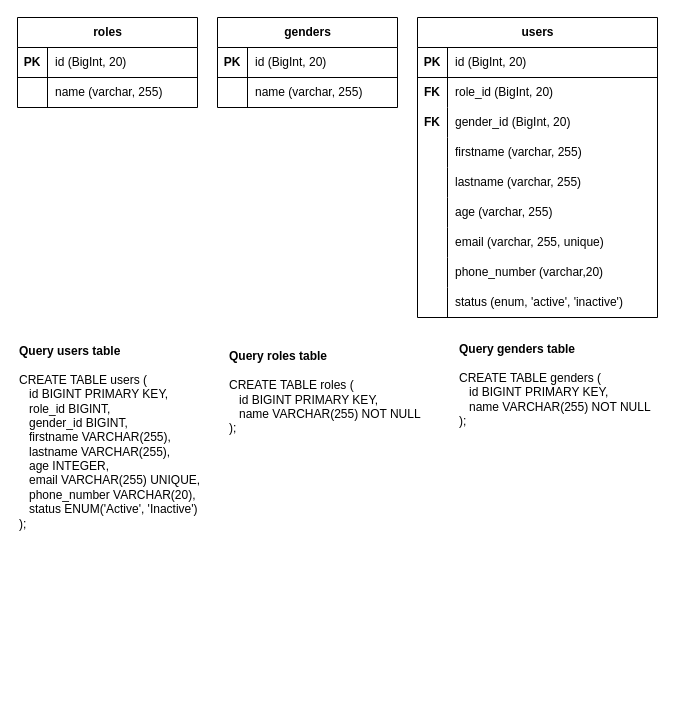
antoniluthfi/tugas-sql-normalization-3nf keeps this draw.io diagram as sql-task.drawio. Above is the earlier version. Source tidied: cells renumbered, new cells numbered last; positions are measured from the earlier drawing's top-left corner, leaving out a move shared by most shapes. Both pictures are drawn from the tidied source at 100%, with x=0, y=0 at pixel (17, 17).
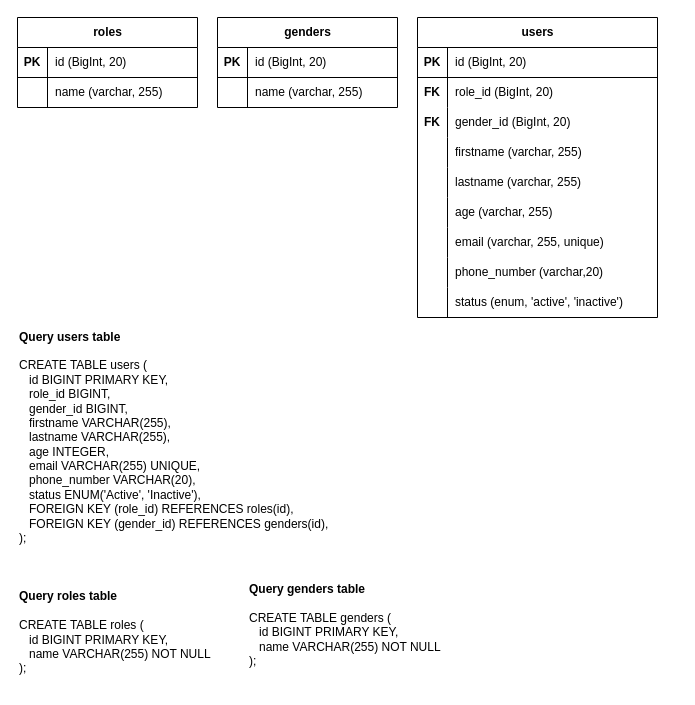
After the change.

Change to the diagram source:
```diff
@@
-    <mxCell id="46" value="&lt;b&gt;Query users table&lt;/b&gt;&lt;br&gt;&lt;br&gt;&lt;div&gt;CREATE TABLE users (&lt;/div&gt;&amp;nbsp; &amp;nbsp;id BIGINT PRIMARY KEY&lt;span style=&quot;background-color: initial;&quot;&gt;,&lt;/span&gt;&lt;br&gt;&lt;div&gt;&amp;nbsp; &amp;nbsp;role_id BIGINT,&lt;/div&gt;&lt;div&gt;&amp;nbsp; &amp;nbsp;gender_id BIGINT,&lt;/div&gt;&lt;div&gt;&amp;nbsp; &amp;nbsp;firstname VARCHAR(255),&lt;/div&gt;&lt;div&gt;&amp;nbsp; &amp;nbsp;lastname VARCHAR(255),&lt;/div&gt;&lt;div&gt;&amp;nbsp; &amp;nbsp;age INTEGER,&lt;/div&gt;&lt;div&gt;&amp;nbsp; &amp;nbsp;email VARCHAR(255) UNIQUE,&lt;/div&gt;&lt;div&gt;&amp;nbsp; &amp;nbsp;phone_number VARCHAR(20),&lt;/div&gt;&lt;div&gt;&amp;nbsp; &amp;nbsp;status ENUM('Active', 'Inactive')&lt;/div&gt;&lt;div&gt;);&lt;/div&gt;" style="text;html=1;align=left;verticalAlign=middle;strokeColor=none;fillColor=none;" parent="1" vertex="1">
-      <mxGeometry y="320" width="200" height="200" as="geometry" />
+    <mxCell id="46" value="&lt;b&gt;Query users table&lt;/b&gt;&lt;br&gt;&lt;br&gt;&lt;div&gt;CREATE TABLE users (&lt;/div&gt;&amp;nbsp; &amp;nbsp;id BIGINT PRIMARY KEY&lt;span style=&quot;background-color: initial;&quot;&gt;,&lt;/span&gt;&lt;br&gt;&lt;div&gt;&amp;nbsp; &amp;nbsp;role_id BIGINT,&lt;/div&gt;&lt;div&gt;&amp;nbsp; &amp;nbsp;gender_id BIGINT,&lt;/div&gt;&lt;div&gt;&amp;nbsp; &amp;nbsp;firstname VARCHAR(255),&lt;/div&gt;&lt;div&gt;&amp;nbsp; &amp;nbsp;lastname VARCHAR(255),&lt;/div&gt;&lt;div&gt;&amp;nbsp; &amp;nbsp;age INTEGER,&lt;/div&gt;&lt;div&gt;&amp;nbsp; &amp;nbsp;email VARCHAR(255) UNIQUE,&lt;/div&gt;&lt;div&gt;&amp;nbsp; &amp;nbsp;phone_number VARCHAR(20),&lt;/div&gt;&lt;div&gt;&amp;nbsp; &amp;nbsp;status ENUM('Active', 'Inactive'),&lt;/div&gt;&lt;div&gt;&amp;nbsp; &amp;nbsp;FOREIGN KEY (role_id) REFERENCES roles(id),&lt;/div&gt;&lt;div&gt;&amp;nbsp; &amp;nbsp;FOREIGN KEY (gender_id) REFERENCES genders(id),&lt;br&gt;&lt;/div&gt;&lt;div&gt;);&lt;/div&gt;" style="text;html=1;align=left;verticalAlign=middle;strokeColor=none;fillColor=none;" parent="1" vertex="1">
+      <mxGeometry y="305" width="330" height="230" as="geometry" />
     </mxCell>
     <mxCell id="47" value="&lt;b&gt;Query roles table&lt;/b&gt;&lt;br&gt;&lt;br&gt;&lt;div&gt;&lt;div&gt;CREATE TABLE roles (&lt;/div&gt;&lt;div&gt;&amp;nbsp; &amp;nbsp;id BIGINT PRIMARY KEY,&lt;/div&gt;&lt;div&gt;&amp;nbsp; &amp;nbsp;name VARCHAR(255) NOT NULL&lt;/div&gt;&lt;div&gt;);&lt;/div&gt;&lt;/div&gt;" style="text;html=1;align=left;verticalAlign=middle;strokeColor=none;fillColor=none;" parent="1" vertex="1">
-      <mxGeometry x="210" y="325" width="220" height="100" as="geometry" />
+      <mxGeometry y="565" width="220" height="100" as="geometry" />
     </mxCell>
     <mxCell id="48" value="&lt;b&gt;Query genders table&lt;/b&gt;&lt;br&gt;&lt;br&gt;&lt;div&gt;&lt;div&gt;CREATE TABLE genders (&lt;/div&gt;&lt;div&gt;&amp;nbsp; &amp;nbsp;id BIGINT&amp;nbsp;PRIMARY KEY,&lt;/div&gt;&lt;div&gt;&amp;nbsp; &amp;nbsp;name VARCHAR(255) NOT NULL&lt;/div&gt;&lt;div&gt;);&lt;/div&gt;&lt;/div&gt;&lt;div&gt;&lt;br&gt;&lt;/div&gt;" style="text;html=1;align=left;verticalAlign=middle;strokeColor=none;fillColor=none;" parent="1" vertex="1">
-      <mxGeometry x="440" y="320" width="220" height="110" as="geometry" />
+      <mxGeometry x="230" y="560" width="220" height="110" as="geometry" />
     </mxCell>
```
